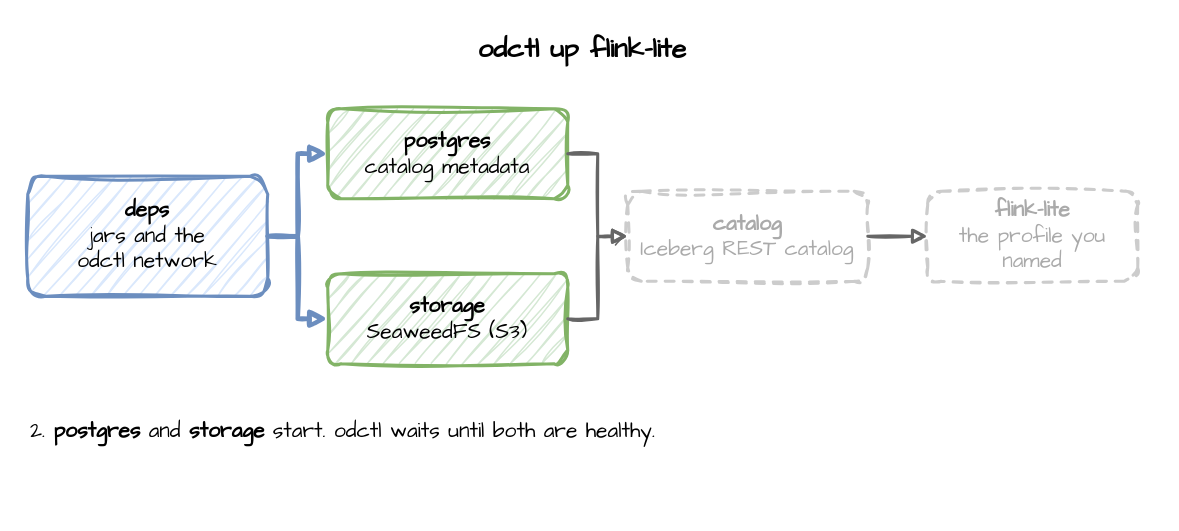
This is page "Step 2" (2 of 4) of docs/images/odctl-up.drawio from jaehyeon-kim/odctl, a draw.io file, before an edit. Source tidied: cells renumbered, new cells numbered last; positions are measured from the earlier drawing's top-left corner, leaving out a move shared by most shapes. Both pictures are drawn from the tidied source at 150%, with x=0, y=0 at pixel (27, 26).
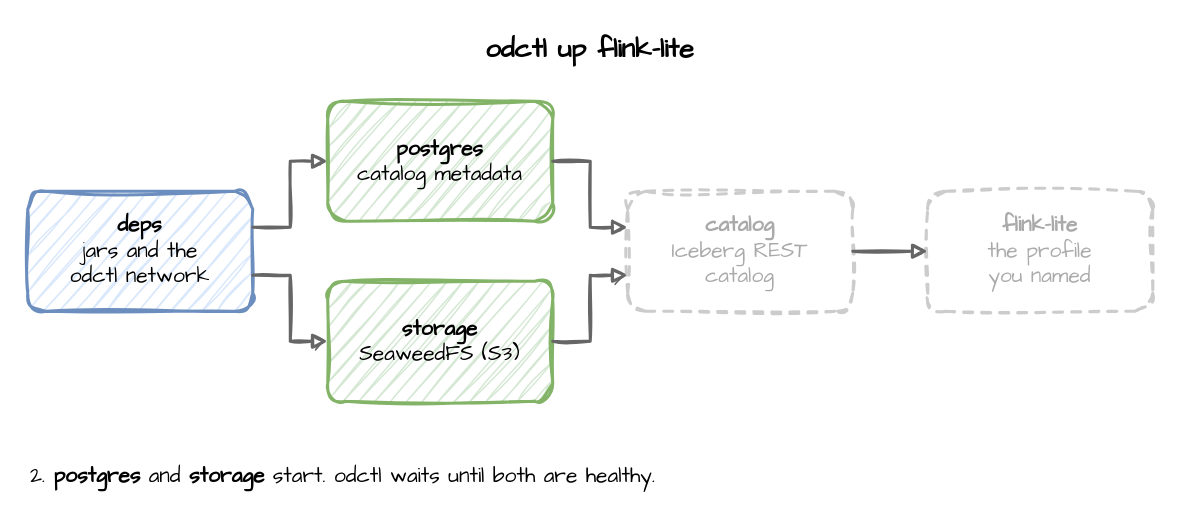
The same diagram, later.

The edit, as a diff of the source:
```diff
@@
 <mxGraphModel>
   <root>
     <mxCell id="0" />
     <mxCell id="1" parent="0" />
     <mxCell id="2" value="odctl up flink-lite" style="text;html=1;align=center;verticalAlign=middle;whiteSpace=wrap;fontFamily=Comic Sans MS;fontSize=18;fontStyle=1;" parent="1" vertex="1">
-      <mxGeometry width="740" height="30" as="geometry" />
+      <mxGeometry width="750" height="30" as="geometry" />
     </mxCell>
     <mxCell id="3" value="&lt;b&gt;deps&lt;/b&gt;&lt;br&gt;jars and the&lt;br&gt;odctl network" style="rounded=1;whiteSpace=wrap;html=1;sketch=1;curveFitting=1;jiggle=2;fontFamily=Comic Sans MS;fontSize=14;strokeWidth=2;fillColor=#dae8fc;strokeColor=#6c8ebf;" parent="1" vertex="1">
-      <mxGeometry y="100" width="160" height="80" as="geometry" />
+      <mxGeometry y="110" width="150" height="80" as="geometry" />
     </mxCell>
     <mxCell id="4" value="&lt;b&gt;postgres&lt;/b&gt;&lt;br&gt;catalog metadata" style="rounded=1;whiteSpace=wrap;html=1;sketch=1;curveFitting=1;jiggle=2;fontFamily=Comic Sans MS;fontSize=14;strokeWidth=2;fillColor=#d5e8d4;strokeColor=#82b366;" parent="1" vertex="1">
-      <mxGeometry x="200" y="55" width="160" height="60" as="geometry" />
+      <mxGeometry x="200" y="50" width="150" height="80" as="geometry" />
     </mxCell>
     <mxCell id="5" value="&lt;b&gt;storage&lt;/b&gt;&lt;br&gt;SeaweedFS (S3)" style="rounded=1;whiteSpace=wrap;html=1;sketch=1;curveFitting=1;jiggle=2;fontFamily=Comic Sans MS;fontSize=14;strokeWidth=2;fillColor=#d5e8d4;strokeColor=#82b366;" parent="1" vertex="1">
-      <mxGeometry x="200" y="165" width="160" height="60" as="geometry" />
+      <mxGeometry x="200" y="170" width="150" height="80" as="geometry" />
     </mxCell>
-    <mxCell id="6" value="&lt;b&gt;catalog&lt;/b&gt;&lt;br&gt;Iceberg REST catalog" style="rounded=1;whiteSpace=wrap;html=1;sketch=1;curveFitting=1;jiggle=2;fontFamily=Comic Sans MS;fontSize=14;strokeWidth=2;fillColor=#ffffff;strokeColor=#cccccc;fontColor=#aaaaaa;dashed=1;" parent="1" vertex="1">
-      <mxGeometry x="400" y="110" width="160" height="60" as="geometry" />
+    <mxCell id="6" value="&lt;b&gt;catalog&lt;/b&gt;&lt;br&gt;Iceberg REST&lt;br&gt;catalog" style="rounded=1;whiteSpace=wrap;html=1;sketch=1;curveFitting=1;jiggle=2;fontFamily=Comic Sans MS;fontSize=14;strokeWidth=2;fillColor=#ffffff;strokeColor=#cccccc;fontColor=#aaaaaa;dashed=1;" parent="1" vertex="1">
+      <mxGeometry x="400" y="110" width="150" height="80" as="geometry" />
     </mxCell>
-    <mxCell id="7" value="&lt;b&gt;flink-lite&lt;/b&gt;&lt;br&gt;the profile you named" style="rounded=1;whiteSpace=wrap;html=1;sketch=1;curveFitting=1;jiggle=2;fontFamily=Comic Sans MS;fontSize=14;strokeWidth=2;fillColor=#ffffff;strokeColor=#cccccc;fontColor=#aaaaaa;dashed=1;" parent="1" vertex="1">
-      <mxGeometry x="600" y="110" width="140" height="60" as="geometry" />
+    <mxCell id="7" value="&lt;b&gt;flink-lite&lt;/b&gt;&lt;br&gt;the profile&lt;br&gt;you named" style="rounded=1;whiteSpace=wrap;html=1;sketch=1;curveFitting=1;jiggle=2;fontFamily=Comic Sans MS;fontSize=14;strokeWidth=2;fillColor=#ffffff;strokeColor=#cccccc;fontColor=#aaaaaa;dashed=1;" parent="1" vertex="1">
+      <mxGeometry x="600" y="110" width="150" height="80" as="geometry" />
     </mxCell>
-    <mxCell id="8" style="edgeStyle=orthogonalEdgeStyle;rounded=0;sketch=1;html=1;endArrow=block;fontFamily=Comic Sans MS;fontSize=13;labelBackgroundColor=#ffffff;strokeWidth=3;strokeColor=#6c8ebf;" parent="1" edge="1" source="3" target="4">
+    <mxCell id="8" style="edgeStyle=orthogonalEdgeStyle;rounded=0;sketch=1;html=1;endArrow=block;fontFamily=Comic Sans MS;fontSize=13;labelBackgroundColor=#ffffff;strokeWidth=2;strokeColor=#666666;exitX=1;exitY=0.3;exitDx=0;exitDy=0;entryX=0;entryY=0.5;entryDx=0;entryDy=0;" parent="1" edge="1" source="3" target="4">
       <mxGeometry relative="1" as="geometry" />
     </mxCell>
-    <mxCell id="9" style="edgeStyle=orthogonalEdgeStyle;rounded=0;sketch=1;html=1;endArrow=block;fontFamily=Comic Sans MS;fontSize=13;labelBackgroundColor=#ffffff;strokeWidth=3;strokeColor=#6c8ebf;" parent="1" edge="1" source="3" target="5">
+    <mxCell id="9" style="edgeStyle=orthogonalEdgeStyle;rounded=0;sketch=1;html=1;endArrow=block;fontFamily=Comic Sans MS;fontSize=13;labelBackgroundColor=#ffffff;strokeWidth=2;strokeColor=#666666;exitX=1;exitY=0.7;exitDx=0;exitDy=0;entryX=0;entryY=0.5;entryDx=0;entryDy=0;" parent="1" edge="1" source="3" target="5">
       <mxGeometry relative="1" as="geometry" />
     </mxCell>
-    <mxCell id="10" style="edgeStyle=orthogonalEdgeStyle;rounded=0;sketch=1;html=1;endArrow=block;fontFamily=Comic Sans MS;fontSize=13;labelBackgroundColor=#ffffff;strokeWidth=2;strokeColor=#666666;" parent="1" edge="1" source="4" target="6">
+    <mxCell id="10" style="edgeStyle=orthogonalEdgeStyle;rounded=0;sketch=1;html=1;endArrow=block;fontFamily=Comic Sans MS;fontSize=13;labelBackgroundColor=#ffffff;strokeWidth=2;strokeColor=#666666;exitX=1;exitY=0.5;exitDx=0;exitDy=0;entryX=0;entryY=0.3;entryDx=0;entryDy=0;" parent="1" edge="1" source="4" target="6">
       <mxGeometry relative="1" as="geometry" />
     </mxCell>
-    <mxCell id="11" style="edgeStyle=orthogonalEdgeStyle;rounded=0;sketch=1;html=1;endArrow=block;fontFamily=Comic Sans MS;fontSize=13;labelBackgroundColor=#ffffff;strokeWidth=2;strokeColor=#666666;" parent="1" edge="1" source="5" target="6">
+    <mxCell id="11" style="edgeStyle=orthogonalEdgeStyle;rounded=0;sketch=1;html=1;endArrow=block;fontFamily=Comic Sans MS;fontSize=13;labelBackgroundColor=#ffffff;strokeWidth=2;strokeColor=#666666;exitX=1;exitY=0.5;exitDx=0;exitDy=0;entryX=0;entryY=0.7;entryDx=0;entryDy=0;" parent="1" edge="1" source="5" target="6">
       <mxGeometry relative="1" as="geometry" />
     </mxCell>
     <mxCell id="12" style="edgeStyle=orthogonalEdgeStyle;rounded=0;sketch=1;html=1;endArrow=block;fontFamily=Comic Sans MS;fontSize=13;labelBackgroundColor=#ffffff;strokeWidth=2;strokeColor=#666666;" parent="1" edge="1" source="6" target="7">
       <mxGeometry relative="1" as="geometry" />
     </mxCell>
     <mxCell id="13" value="2. &lt;b&gt;postgres&lt;/b&gt; and &lt;b&gt;storage&lt;/b&gt; start. odctl waits until both are healthy." style="text;html=1;align=left;verticalAlign=middle;whiteSpace=wrap;fontFamily=Comic Sans MS;fontSize=14;" parent="1" vertex="1">
-      <mxGeometry y="250" width="740" height="40" as="geometry" />
+      <mxGeometry y="280" width="750" height="40" as="geometry" />
     </mxCell>
   </root>
 </mxGraphModel>
```
